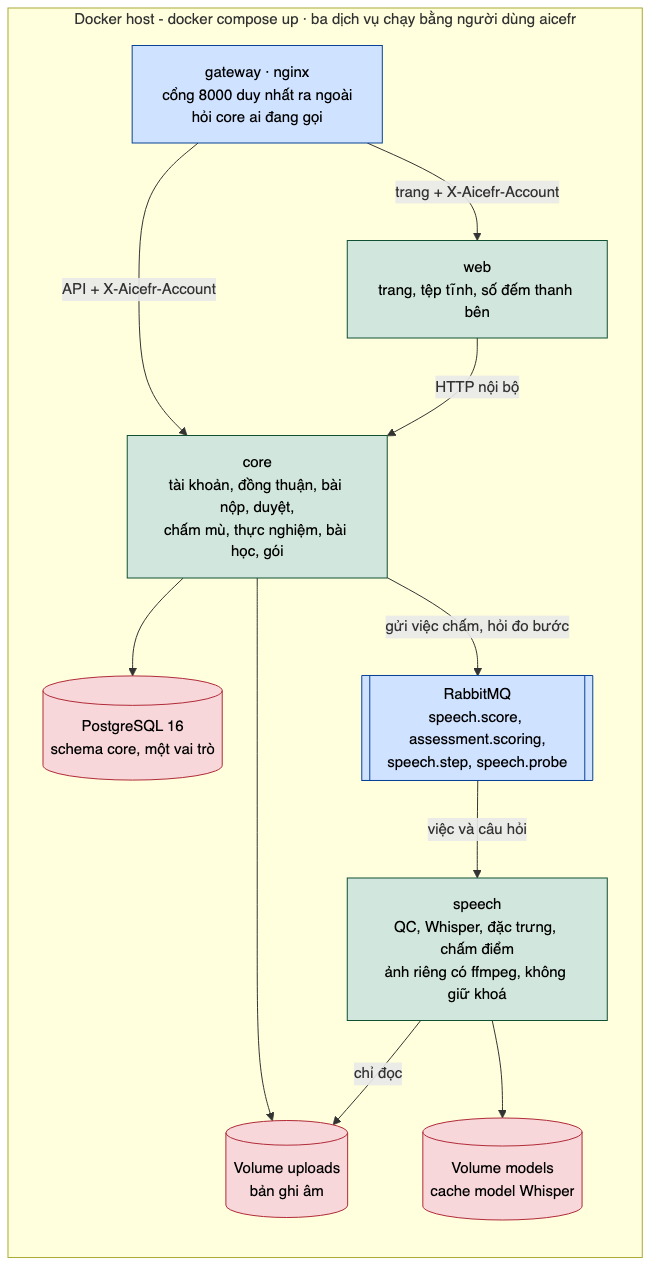
Before: docs/sdd/images/06_deployment.png, a diagram exported from Mermaid (ThanhSangLouis/ai-assessor-cefr). Its source is kept beside it as docs/sdd/diagrams/06_deployment.mmd. The source it was exported from:
```mermaid
flowchart TB
    subgraph HOST["Docker host - docker compose up · ba dịch vụ chạy bằng người dùng aicefr"]
        direction TB
        GW["gateway · nginx<br/>cổng 8000 duy nhất ra ngoài<br/>hỏi core ai đang gọi"]
        CO["core<br/>tài khoản, đồng thuận, bài nộp, duyệt,<br/>chấm mù, thực nghiệm, bài học, gói"]
        WE["web<br/>trang, tệp tĩnh, số đếm thanh bên"]
        SP["speech<br/>QC, Whisper, đặc trưng, chấm điểm<br/>ảnh riêng có ffmpeg, không giữ khoá"]
        PG[("PostgreSQL 16<br/>schema core, một vai trò")]
        MQ[["RabbitMQ<br/>speech.score, assessment.scoring,<br/>speech.step, speech.probe"]]
        V1[("Volume uploads<br/>bản ghi âm")]
        V2[("Volume models<br/>cache model Whisper")]
    end

    GW -->|"API + X-Aicefr-Account"| CO
    GW -->|"trang + X-Aicefr-Account"| WE
    WE -->|"HTTP nội bộ"| CO
    CO --> PG
    CO -->|"gửi việc chấm, hỏi đo bước"| MQ
    MQ -->|"việc và câu hỏi"| SP
    CO --> V1
    SP -->|"chỉ đọc"| V1
    SP --> V2

    classDef data fill:#f8d7da,stroke:#b02a37,color:#000
    classDef app fill:#d1e7dd,stroke:#0f5132,color:#000
    classDef edge fill:#cfe2ff,stroke:#084298,color:#000
    class PG,V1,V2 data
    class CO,WE,SP app
    class GW,MQ edge
```
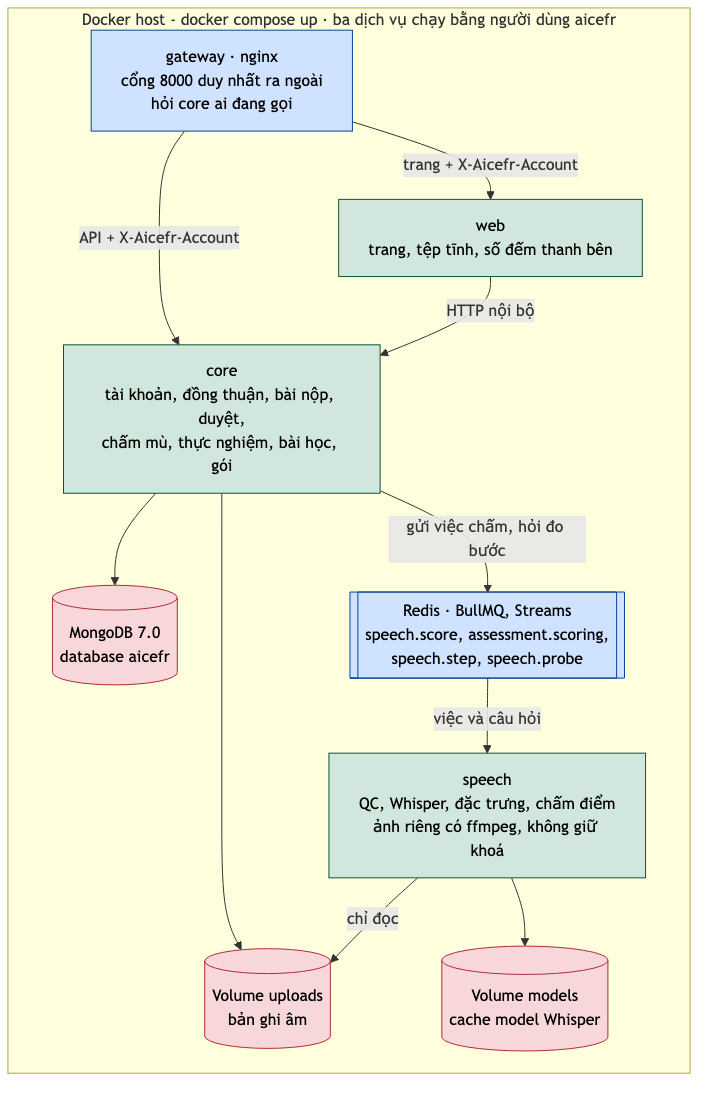
Later version of the same file.

What changed in the source:
```diff
@@ -5,8 +5,8 @@
         CO["core<br/>tài khoản, đồng thuận, bài nộp, duyệt,<br/>chấm mù, thực nghiệm, bài học, gói"]
         WE["web<br/>trang, tệp tĩnh, số đếm thanh bên"]
         SP["speech<br/>QC, Whisper, đặc trưng, chấm điểm<br/>ảnh riêng có ffmpeg, không giữ khoá"]
-        PG[("PostgreSQL 16<br/>schema core, một vai trò")]
-        MQ[["RabbitMQ<br/>speech.score, assessment.scoring,<br/>speech.step, speech.probe"]]
+        PG[("MongoDB 7.0<br/>database aicefr")]
+        MQ[["Redis · BullMQ, Streams<br/>speech.score, assessment.scoring,<br/>speech.step, speech.probe"]]
         V1[("Volume uploads<br/>bản ghi âm")]
         V2[("Volume models<br/>cache model Whisper")]
     end
```
